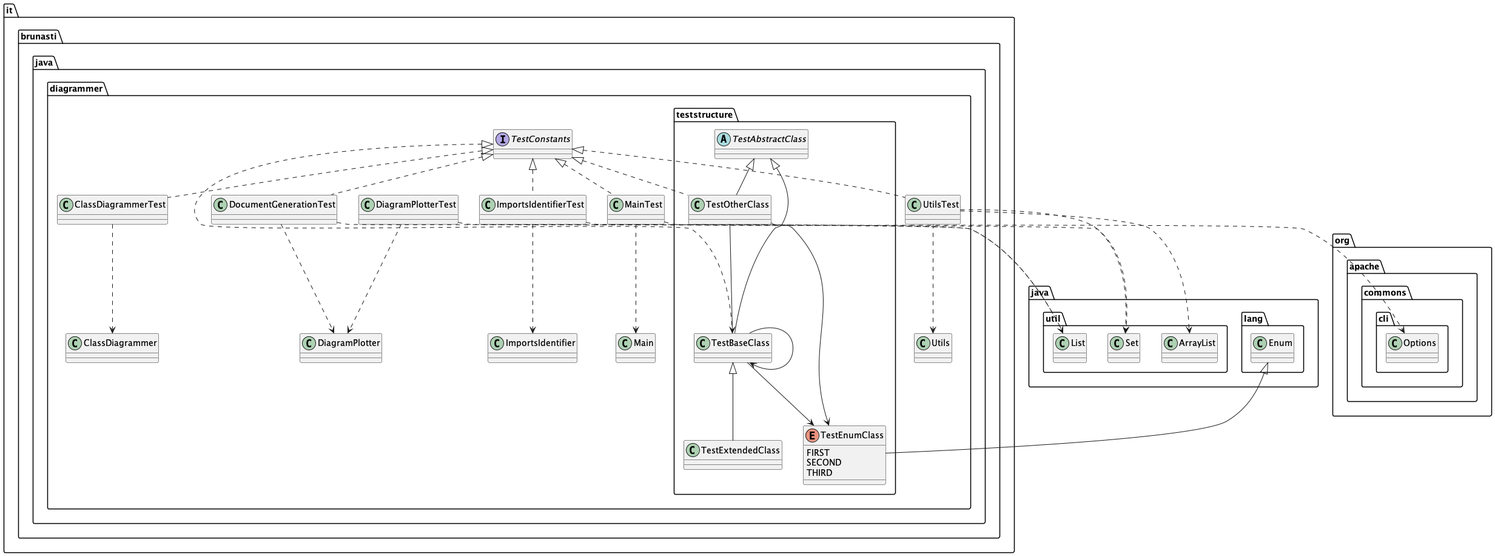
brunasti/java-diagrammer keeps this PlantUML diagram as docs/output-test.png. Above is the earlier version.
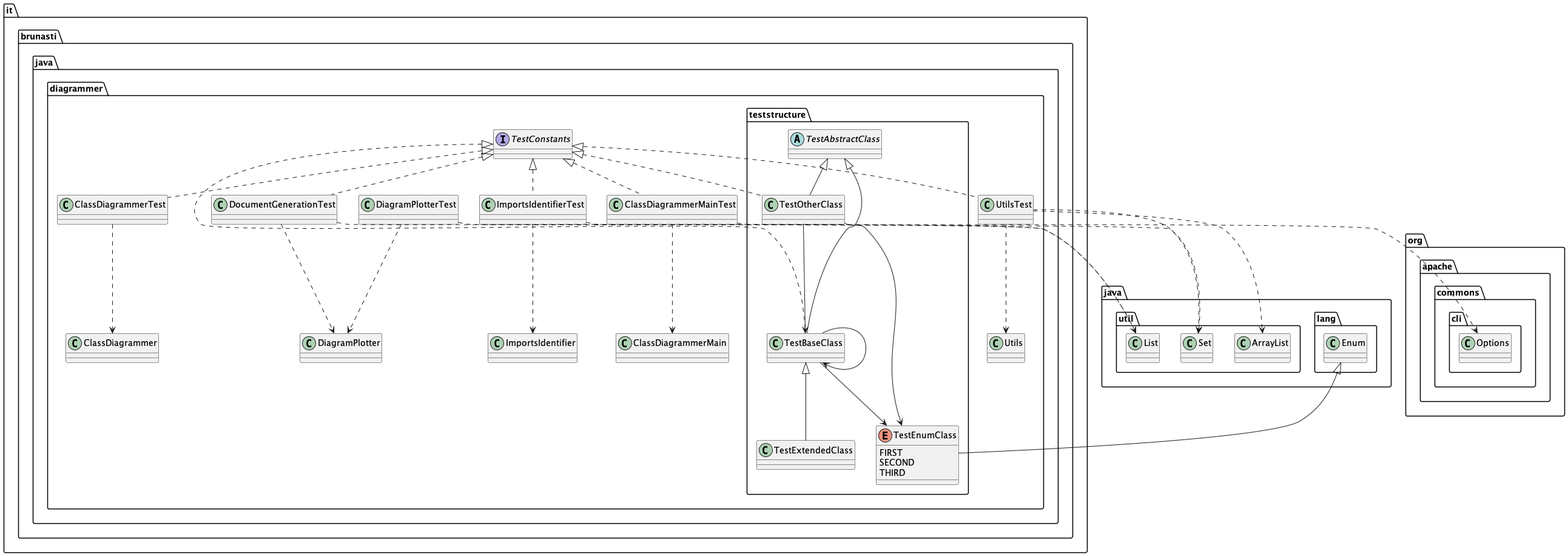
After the change.

Change to the diagram source:
```diff
@@ -17,7 +17,7 @@
 }
 class it.brunasti.java.diagrammer.teststructure.TestExtendedClass
 class it.brunasti.java.diagrammer.teststructure.TestOtherClass
-class it.brunasti.java.diagrammer.MainTest
+class it.brunasti.java.diagrammer.ClassDiagrammerMainTest
 class it.brunasti.java.diagrammer.DocumentGenerationTest
 
 it.brunasti.java.diagrammer.teststructure.TestAbstractClass <|-- it.brunasti.java.diagrammer.teststructure.TestBaseClass
@@ -30,7 +30,7 @@
 it.brunasti.java.diagrammer.TestConstants <|.. it.brunasti.java.diagrammer.ImportsIdentifierTest
 it.brunasti.java.diagrammer.TestConstants <|.. it.brunasti.java.diagrammer.teststructure.TestBaseClass
 it.brunasti.java.diagrammer.TestConstants <|.. it.brunasti.java.diagrammer.teststructure.TestOtherClass
-it.brunasti.java.diagrammer.TestConstants <|.. it.brunasti.java.diagrammer.MainTest
+it.brunasti.java.diagrammer.TestConstants <|.. it.brunasti.java.diagrammer.ClassDiagrammerMainTest
 it.brunasti.java.diagrammer.TestConstants <|.. it.brunasti.java.diagrammer.DocumentGenerationTest
 
 it.brunasti.java.diagrammer.teststructure.TestBaseClass --> it.brunasti.java.diagrammer.teststructure.TestBaseClass
@@ -46,8 +46,8 @@
 it.brunasti.java.diagrammer.ImportsIdentifierTest ..> it.brunasti.java.diagrammer.ImportsIdentifier
 it.brunasti.java.diagrammer.DiagramPlotterTest ..> java.util.List
 it.brunasti.java.diagrammer.DiagramPlotterTest ..> it.brunasti.java.diagrammer.DiagramPlotter
-it.brunasti.java.diagrammer.MainTest ..> it.brunasti.java.diagrammer.Main
-it.brunasti.java.diagrammer.MainTest ..> org.apache.commons.cli.Options
+it.brunasti.java.diagrammer.ClassDiagrammerMainTest ..> it.brunasti.java.diagrammer.ClassDiagrammerMain
+it.brunasti.java.diagrammer.ClassDiagrammerMainTest ..> org.apache.commons.cli.Options
 it.brunasti.java.diagrammer.DocumentGenerationTest ..> java.util.List
 it.brunasti.java.diagrammer.DocumentGenerationTest ..> it.brunasti.java.diagrammer.DiagramPlotter
 
```
